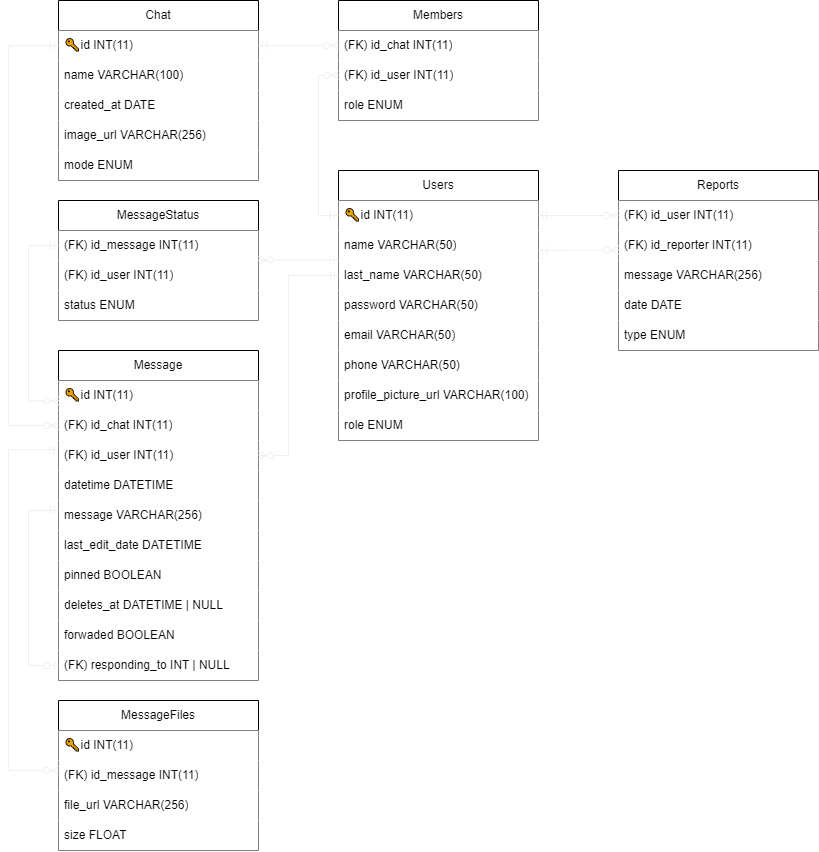
The draw.io diagram assets/RelationalSchema.png in benjahuenchunir/React_Madrid_frontend, before a commit. Source tidied: cells renumbered, new cells last; positions are measured from the earlier drawing's top-left corner, leaving out a move shared by most shapes.
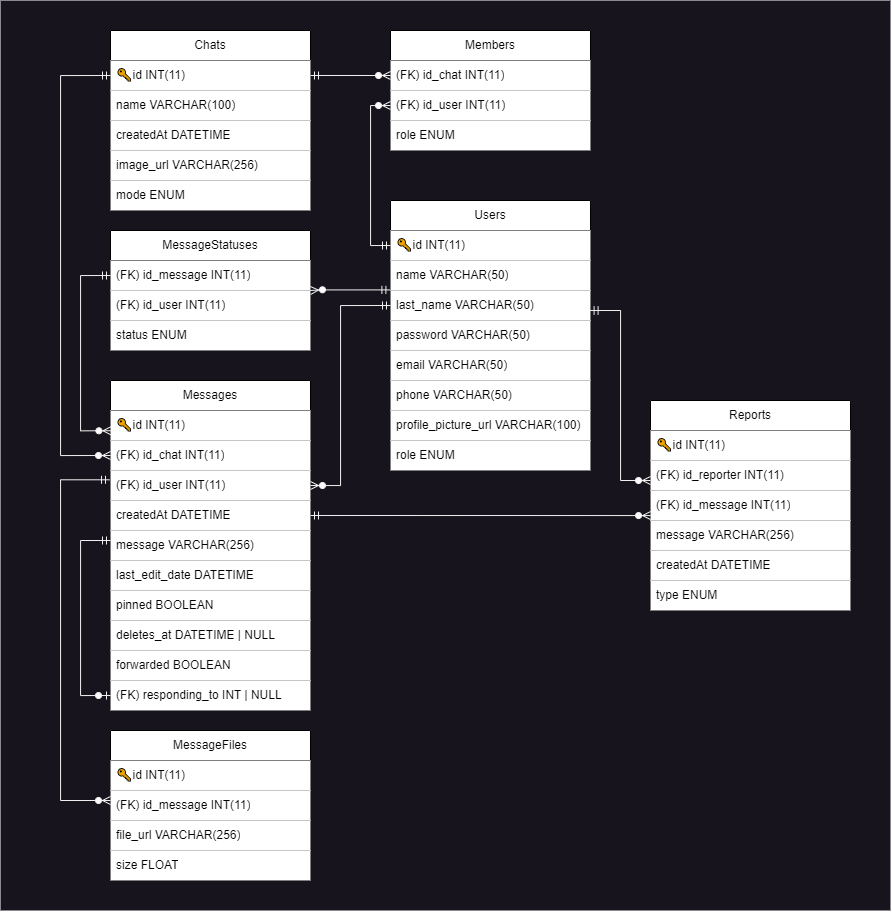
The same file after the commit.

Commit message:
refactor(assets): update diagrams

Change to the diagram source:
```diff
@@ -2,6 +2,9 @@
   <root>
     <mxCell id="0" />
     <mxCell id="1" parent="0" />
+    <mxCell id="57" style="rounded=0;whiteSpace=wrap;html=1;fillColor=#18141D;strokeColor=none;" parent="1" vertex="1">
+      <mxGeometry x="-60" y="-30" width="890" height="910" as="geometry" />
+    </mxCell>
     <mxCell id="2" value="Users" style="swimlane;fontStyle=0;horizontal=1;startSize=30;whiteSpace=wrap;html=1;" parent="1" vertex="1">
       <mxGeometry x="330" y="170" width="200" height="270" as="geometry" />
     </mxCell>
@@ -29,7 +32,7 @@
     <mxCell id="10" value="role ENUM" style="text;strokeColor=none;fillColor=default;align=left;verticalAlign=middle;spacingLeft=4;spacingRight=4;overflow=hidden;whiteSpace=wrap;html=1;" parent="2" vertex="1">
       <mxGeometry y="240" width="200" height="30" as="geometry" />
     </mxCell>
-    <mxCell id="11" value="Chat" style="swimlane;fontStyle=0;horizontal=1;startSize=30;whiteSpace=wrap;html=1;" parent="1" vertex="1">
+    <mxCell id="11" value="Chats" style="swimlane;fontStyle=0;horizontal=1;startSize=30;whiteSpace=wrap;html=1;" parent="1" vertex="1">
       <mxGeometry x="50" width="200" height="180" as="geometry" />
     </mxCell>
     <mxCell id="12" value="🔑id INT(11)" style="text;align=left;verticalAlign=middle;spacingLeft=4;spacingRight=4;overflow=hidden;points=[[0,0.5],[1,0.5]];portConstraint=eastwest;whiteSpace=wrap;html=1;fillColor=default;" parent="11" vertex="1">
@@ -38,7 +41,7 @@
     <mxCell id="13" value="name VARCHAR(100)" style="text;strokeColor=none;fillColor=default;align=left;verticalAlign=middle;spacingLeft=4;spacingRight=4;overflow=hidden;whiteSpace=wrap;html=1;" parent="11" vertex="1">
       <mxGeometry y="60" width="200" height="30" as="geometry" />
     </mxCell>
-    <mxCell id="14" value="created_at DATE" style="text;strokeColor=none;fillColor=default;align=left;verticalAlign=middle;spacingLeft=4;spacingRight=4;overflow=hidden;whiteSpace=wrap;html=1;" parent="11" vertex="1">
+    <mxCell id="14" value="createdAt&amp;nbsp;DATETIME" style="text;strokeColor=none;fillColor=default;align=left;verticalAlign=middle;spacingLeft=4;spacingRight=4;overflow=hidden;whiteSpace=wrap;html=1;" parent="11" vertex="1">
       <mxGeometry y="90" width="200" height="30" as="geometry" />
     </mxCell>
     <mxCell id="15" value="image_url VARCHAR(256)" style="text;strokeColor=none;fillColor=default;align=left;verticalAlign=middle;spacingLeft=4;spacingRight=4;overflow=hidden;whiteSpace=wrap;html=1;" parent="11" vertex="1">
@@ -60,24 +63,27 @@
       <mxGeometry y="90" width="200" height="30" as="geometry" />
     </mxCell>
     <mxCell id="21" value="Reports" style="swimlane;fontStyle=0;horizontal=1;startSize=30;whiteSpace=wrap;html=1;" parent="1" vertex="1">
-      <mxGeometry x="610" y="170" width="200" height="180" as="geometry" />
+      <mxGeometry x="590" y="370" width="200" height="210" as="geometry" />
     </mxCell>
+    <mxCell id="58" value="🔑id INT(11)" style="text;strokeColor=none;fillColor=default;align=left;verticalAlign=middle;spacingLeft=4;spacingRight=4;overflow=hidden;whiteSpace=wrap;html=1;" parent="21" vertex="1">
+      <mxGeometry y="30" width="200" height="30" as="geometry" />
+    </mxCell>
+    <mxCell id="23" value="(FK)&amp;nbsp;id_reporter INT(11)" style="text;strokeColor=none;fillColor=default;align=left;verticalAlign=middle;spacingLeft=4;spacingRight=4;overflow=hidden;points=[[0,0.5],[1,0.5]];portConstraint=eastwest;whiteSpace=wrap;html=1;" parent="21" vertex="1">
+      <mxGeometry y="60" width="200" height="30" as="geometry" />
+    </mxCell>
-    <mxCell id="22" value="(FK)&amp;nbsp;id_user INT(11)" style="text;strokeColor=none;fillColor=default;align=left;verticalAlign=middle;spacingLeft=4;spacingRight=4;overflow=hidden;points=[[0,0.5],[1,0.5]];portConstraint=eastwest;whiteSpace=wrap;html=1;" parent="21" vertex="1">
-      <mxGeometry y="30" width="200" height="30" as="geometry" />
+    <mxCell id="22" value="(FK)&amp;nbsp;id_message INT(11)" style="text;strokeColor=none;fillColor=default;align=left;verticalAlign=middle;spacingLeft=4;spacingRight=4;overflow=hidden;points=[[0,0.5],[1,0.5]];portConstraint=eastwest;whiteSpace=wrap;html=1;" parent="21" vertex="1">
+      <mxGeometry y="90" width="200" height="30" as="geometry" />
     </mxCell>
-    <mxCell id="23" value="(FK)&amp;nbsp;id_reporter INT(11)" style="text;strokeColor=none;fillColor=default;align=left;verticalAlign=middle;spacingLeft=4;spacingRight=4;overflow=hidden;points=[[0,0.5],[1,0.5]];portConstraint=eastwest;whiteSpace=wrap;html=1;" parent="21" vertex="1">
-      <mxGeometry y="60" width="200" height="30" as="geometry" />
-    </mxCell>
     <mxCell id="24" value="message VARCHAR(256)" style="text;strokeColor=none;fillColor=default;align=left;verticalAlign=middle;spacingLeft=4;spacingRight=4;overflow=hidden;whiteSpace=wrap;html=1;" parent="21" vertex="1">
-      <mxGeometry y="90" width="200" height="30" as="geometry" />
+      <mxGeometry y="120" width="200" height="30" as="geometry" />
     </mxCell>
-    <mxCell id="25" value="date DATE" style="text;strokeColor=none;fillColor=default;align=left;verticalAlign=middle;spacingLeft=4;spacingRight=4;overflow=hidden;whiteSpace=wrap;html=1;" parent="21" vertex="1">
-      <mxGeometry y="120" width="200" height="30" as="geometry" />
+    <mxCell id="25" value="createdAt DATETIME" style="text;strokeColor=none;fillColor=default;align=left;verticalAlign=middle;spacingLeft=4;spacingRight=4;overflow=hidden;whiteSpace=wrap;html=1;" parent="21" vertex="1">
+      <mxGeometry y="150" width="200" height="30" as="geometry" />
     </mxCell>
     <mxCell id="26" value="type ENUM" style="text;strokeColor=none;fillColor=default;align=left;verticalAlign=middle;spacingLeft=4;spacingRight=4;overflow=hidden;whiteSpace=wrap;html=1;" parent="21" vertex="1">
-      <mxGeometry y="150" width="200" height="30" as="geometry" />
+      <mxGeometry y="180" width="200" height="30" as="geometry" />
     </mxCell>
-    <mxCell id="27" value="Message" style="swimlane;fontStyle=0;horizontal=1;startSize=30;whiteSpace=wrap;html=1;" parent="1" vertex="1">
+    <mxCell id="27" value="Messages" style="swimlane;fontStyle=0;horizontal=1;startSize=30;whiteSpace=wrap;html=1;" parent="1" vertex="1">
       <mxGeometry x="50" y="350" width="200" height="330" as="geometry" />
     </mxCell>
     <mxCell id="28" value="🔑id INT(11)" style="text;strokeColor=none;fillColor=default;align=left;verticalAlign=middle;spacingLeft=4;spacingRight=4;overflow=hidden;points=[[0,0.5],[1,0.5]];portConstraint=eastwest;whiteSpace=wrap;html=1;" parent="27" vertex="1">
@@ -89,7 +95,7 @@
     <mxCell id="30" value="(FK) id_user INT(11)" style="text;strokeColor=none;fillColor=default;align=left;verticalAlign=middle;spacingLeft=4;spacingRight=4;overflow=hidden;points=[[0,0.5],[1,0.5]];portConstraint=eastwest;whiteSpace=wrap;html=1;" parent="27" vertex="1">
       <mxGeometry y="90" width="200" height="30" as="geometry" />
     </mxCell>
-    <mxCell id="31" value="datetime DATETIME" style="text;strokeColor=none;fillColor=default;align=left;verticalAlign=middle;spacingLeft=4;spacingRight=4;overflow=hidden;points=[[0,0.5],[1,0.5]];portConstraint=eastwest;whiteSpace=wrap;html=1;" parent="27" vertex="1">
+    <mxCell id="31" value="createdAt&amp;nbsp;DATETIME" style="text;strokeColor=none;fillColor=default;align=left;verticalAlign=middle;spacingLeft=4;spacingRight=4;overflow=hidden;points=[[0,0.5],[1,0.5]];portConstraint=eastwest;whiteSpace=wrap;html=1;" parent="27" vertex="1">
       <mxGeometry y="120" width="200" height="30" as="geometry" />
     </mxCell>
     <mxCell id="32" value="message VARCHAR(256)" style="text;strokeColor=none;fillColor=default;align=left;verticalAlign=middle;spacingLeft=4;spacingRight=4;overflow=hidden;whiteSpace=wrap;html=1;" parent="27" vertex="1">
@@ -104,7 +110,7 @@
     <mxCell id="35" value="deletes_at DATETIME | NULL" style="text;strokeColor=none;fillColor=default;align=left;verticalAlign=middle;spacingLeft=4;spacingRight=4;overflow=hidden;whiteSpace=wrap;html=1;" parent="27" vertex="1">
       <mxGeometry y="240" width="200" height="30" as="geometry" />
     </mxCell>
-    <mxCell id="36" value="forwaded BOOLEAN" style="text;strokeColor=none;fillColor=default;align=left;verticalAlign=middle;spacingLeft=4;spacingRight=4;overflow=hidden;whiteSpace=wrap;html=1;" parent="27" vertex="1">
+    <mxCell id="36" value="forwarded BOOLEAN" style="text;strokeColor=none;fillColor=default;align=left;verticalAlign=middle;spacingLeft=4;spacingRight=4;overflow=hidden;whiteSpace=wrap;html=1;" parent="27" vertex="1">
       <mxGeometry y="270" width="200" height="30" as="geometry" />
     </mxCell>
     <mxCell id="37" value="(FK) responding_to INT | NULL" style="text;strokeColor=none;fillColor=default;align=left;verticalAlign=middle;spacingLeft=4;spacingRight=4;overflow=hidden;points=[[0,0.5],[1,0.5]];portConstraint=eastwest;whiteSpace=wrap;html=1;" parent="27" vertex="1">
@@ -119,7 +125,7 @@
         </Array>
       </mxGeometry>
     </mxCell>
-    <mxCell id="39" value="MessageStatus" style="swimlane;fontStyle=0;horizontal=1;startSize=30;whiteSpace=wrap;html=1;" parent="1" vertex="1">
+    <mxCell id="39" value="MessageStatuses" style="swimlane;fontStyle=0;horizontal=1;startSize=30;whiteSpace=wrap;html=1;" parent="1" vertex="1">
       <mxGeometry x="50" y="200" width="200" height="120" as="geometry" />
     </mxCell>
     <mxCell id="40" value="(FK) id_message INT(11)" style="text;strokeColor=none;fillColor=default;align=left;verticalAlign=middle;spacingLeft=4;spacingRight=4;overflow=hidden;points=[[0,0.5],[1,0.5]];portConstraint=eastwest;whiteSpace=wrap;html=1;" parent="39" vertex="1">
@@ -173,13 +179,11 @@
         </Array>
       </mxGeometry>
     </mxCell>
-    <mxCell id="49" style="fontSize=12;html=1;endArrow=ERzeroToMany;startArrow=ERmandOne;rounded=0;strokeColor=#F0F0F0;edgeStyle=orthogonalEdgeStyle;elbow=vertical;entryX=0;entryY=0.5;entryDx=0;entryDy=0;exitX=1;exitY=0.5;exitDx=0;exitDy=0;" parent="1" edge="1" source="3" target="22">
-      <mxGeometry relative="1" as="geometry" />
-    </mxCell>
-    <mxCell id="50" style="fontSize=12;html=1;endArrow=ERzeroToMany;startArrow=ERmandOne;rounded=0;strokeColor=#F0F0F0;edgeStyle=orthogonalEdgeStyle;elbow=vertical;entryX=0.002;entryY=0.649;entryDx=0;entryDy=0;exitX=1;exitY=0.667;exitDx=0;exitDy=0;exitPerimeter=0;entryPerimeter=0;" parent="1" edge="1" source="4" target="23">
+    <mxCell id="50" style="fontSize=12;html=1;endArrow=ERzeroToMany;startArrow=ERmandOne;rounded=0;strokeColor=#F0F0F0;edgeStyle=orthogonalEdgeStyle;elbow=vertical;exitX=1;exitY=0.5;exitDx=0;exitDy=0;" parent="1" edge="1" source="31">
       <mxGeometry relative="1" as="geometry">
+        <mxPoint x="590" y="485" as="targetPoint" />
         <Array as="points">
-          <mxPoint x="610" y="250" />
+          <mxPoint x="590" y="485" />
         </Array>
       </mxGeometry>
     </mxCell>
@@ -206,5 +210,15 @@
         </Array>
       </mxGeometry>
     </mxCell>
+    <mxCell id="59" style="fontSize=12;html=1;endArrow=ERzeroToMany;startArrow=ERmandOne;rounded=0;strokeColor=#F0F0F0;edgeStyle=orthogonalEdgeStyle;elbow=vertical;exitX=1;exitY=0.667;exitDx=0;exitDy=0;exitPerimeter=0;" parent="1" edge="1">
+      <mxGeometry relative="1" as="geometry">
+        <mxPoint x="529.6" y="280" as="sourcePoint" />
+        <mxPoint x="590" y="450" as="targetPoint" />
+        <Array as="points">
+          <mxPoint x="560" y="280" />
+          <mxPoint x="560" y="450" />
+        </Array>
+      </mxGeometry>
+    </mxCell>
   </root>
 </mxGraphModel>
```
